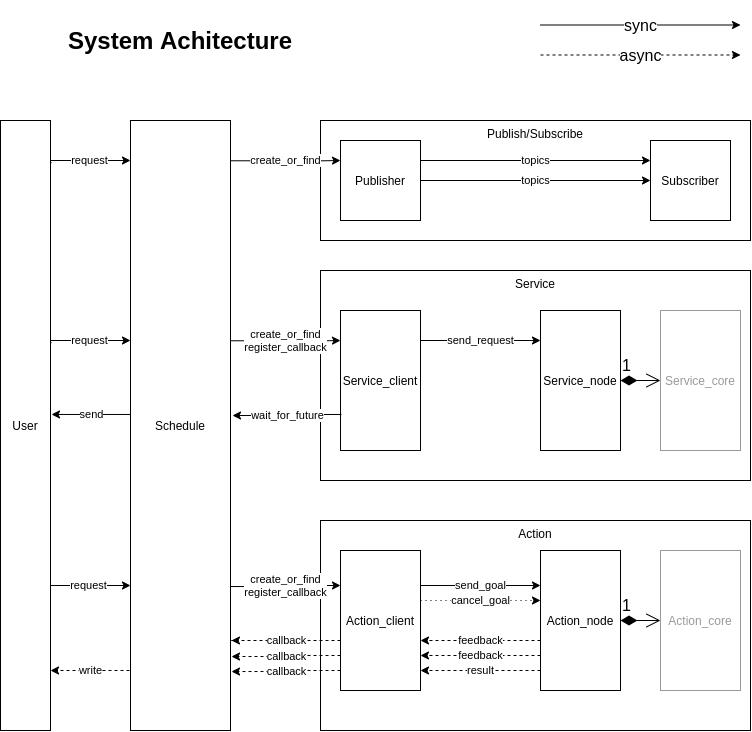
Earlier version of the draw.io export docs/architecture.png (Wkkkkk/hello_ros2). Source tidied: cells renumbered, new cells last; positions are measured from the earlier drawing's top-left corner, leaving out a move shared by most shapes. The source it was exported from:
```xml
<mxGraphModel>
  <root>
    <mxCell id="0" />
    <mxCell id="1" parent="0" />
    <mxCell id="2" value="User" style="rounded=0;whiteSpace=wrap;html=1;" parent="1" vertex="1">
      <mxGeometry y="120" width="50" height="610" as="geometry" />
    </mxCell>
    <mxCell id="3" value="Schedule" style="rounded=0;whiteSpace=wrap;html=1;" parent="1" vertex="1">
      <mxGeometry x="130" y="120" width="100" height="610" as="geometry" />
    </mxCell>
    <mxCell id="4" style="group;" parent="1" vertex="1">
      <mxGeometry x="50" y="520" width="700" height="210" as="geometry" />
    </mxCell>
    <mxCell id="5" value="Action" style="rounded=0;whiteSpace=wrap;html=1;align=center;verticalAlign=top;" parent="4" vertex="1">
      <mxGeometry x="270" width="430" height="210" as="geometry" />
    </mxCell>
    <mxCell id="6" value="request" style="edgeStyle=orthogonalEdgeStyle;rounded=0;orthogonalLoop=1;jettySize=auto;html=1;" parent="4" edge="1">
      <mxGeometry relative="1" as="geometry">
        <mxPoint y="65" as="sourcePoint" />
        <mxPoint x="80" y="65" as="targetPoint" />
        <Array as="points">
          <mxPoint y="67" />
          <mxPoint y="65" />
        </Array>
      </mxGeometry>
    </mxCell>
    <mxCell id="7" value="Action_client" style="rounded=0;whiteSpace=wrap;html=1;" parent="4" vertex="1">
      <mxGeometry x="290" y="30" width="80" height="140" as="geometry" />
    </mxCell>
    <mxCell id="8" value="feedback" style="edgeStyle=orthogonalEdgeStyle;rounded=0;orthogonalLoop=1;jettySize=auto;html=1;exitX=0;exitY=0.75;exitDx=0;exitDy=0;entryX=1;entryY=0.75;entryDx=0;entryDy=0;dashed=1;" parent="4" edge="1">
      <mxGeometry relative="1" as="geometry">
        <mxPoint x="490" y="120" as="sourcePoint" />
        <mxPoint x="370" y="120" as="targetPoint" />
      </mxGeometry>
    </mxCell>
    <mxCell id="9" value="Action_node" style="rounded=0;whiteSpace=wrap;html=1;" parent="4" vertex="1">
      <mxGeometry x="490" y="30" width="80" height="140" as="geometry" />
    </mxCell>
    <mxCell id="10" value="send_goal" style="edgeStyle=orthogonalEdgeStyle;rounded=0;jettySize=auto;html=1;exitX=1;exitY=0.25;exitDx=0;exitDy=0;entryX=0;entryY=0.25;entryDx=0;entryDy=0;" parent="4" edge="1" source="7" target="9">
      <mxGeometry relative="1" as="geometry" />
    </mxCell>
    <mxCell id="11" value="Action_core" style="rounded=0;whiteSpace=wrap;html=1;textOpacity=40;opacity=40;" parent="4" vertex="1">
      <mxGeometry x="610" y="30" width="80" height="140" as="geometry" />
    </mxCell>
    <mxCell id="12" value="write" style="edgeStyle=orthogonalEdgeStyle;rounded=0;orthogonalLoop=1;jettySize=auto;html=1;exitX=-0.02;exitY=0.221;exitDx=0;exitDy=0;entryX=0.98;entryY=0.221;entryDx=0;entryDy=0;entryPerimeter=0;exitPerimeter=0;dashed=1;" parent="4" edge="1">
      <mxGeometry relative="1" as="geometry">
        <mxPoint x="79" y="150" as="sourcePoint" />
        <mxPoint y="150" as="targetPoint" />
      </mxGeometry>
    </mxCell>
    <mxCell id="13" value="feedback" style="edgeStyle=orthogonalEdgeStyle;rounded=0;orthogonalLoop=1;jettySize=auto;html=1;exitX=0;exitY=0.75;exitDx=0;exitDy=0;entryX=1;entryY=0.75;entryDx=0;entryDy=0;dashed=1;" parent="4" edge="1">
      <mxGeometry relative="1" as="geometry">
        <mxPoint x="490" y="135" as="sourcePoint" />
        <mxPoint x="370" y="135" as="targetPoint" />
      </mxGeometry>
    </mxCell>
    <mxCell id="14" value="callback" style="edgeStyle=orthogonalEdgeStyle;rounded=0;orthogonalLoop=1;jettySize=auto;html=1;exitX=0;exitY=0.75;exitDx=0;exitDy=0;entryX=1.01;entryY=0.223;entryDx=0;entryDy=0;entryPerimeter=0;dashed=1;" parent="4" edge="1">
      <mxGeometry relative="1" as="geometry">
        <mxPoint x="290" y="135" as="sourcePoint" />
        <mxPoint x="181" y="136" as="targetPoint" />
        <Array as="points">
          <mxPoint x="236" y="135" />
          <mxPoint x="236" y="136" />
        </Array>
      </mxGeometry>
    </mxCell>
    <mxCell id="15" style="group;" parent="4" vertex="1">
      <mxGeometry y="-400" width="700" height="120" as="geometry" />
    </mxCell>
    <mxCell id="16" value="Publish/Subscribe" style="rounded=0;whiteSpace=wrap;html=1;align=center;verticalAlign=top;" parent="15" vertex="1">
      <mxGeometry x="270" width="430" height="120" as="geometry" />
    </mxCell>
    <mxCell id="17" value="request" style="edgeStyle=orthogonalEdgeStyle;rounded=0;orthogonalLoop=1;jettySize=auto;html=1;exitX=1.02;exitY=0.11;exitDx=0;exitDy=0;exitPerimeter=0;" parent="15" edge="1">
      <mxGeometry relative="1" as="geometry">
        <mxPoint x="1" y="42.1" as="sourcePoint" />
        <mxPoint x="80" y="40" as="targetPoint" />
        <Array as="points">
          <mxPoint y="42" />
          <mxPoint y="40" />
        </Array>
      </mxGeometry>
    </mxCell>
    <mxCell id="18" value="create_or_find" style="edgeStyle=orthogonalEdgeStyle;rounded=0;orthogonalLoop=1;jettySize=auto;html=1;exitX=1;exitY=0.107;exitDx=0;exitDy=0;entryX=0;entryY=0.25;entryDx=0;entryDy=0;exitPerimeter=0;" parent="15" edge="1">
      <mxGeometry relative="1" as="geometry">
        <mxPoint x="180" y="40.3" as="sourcePoint" />
        <mxPoint x="290" y="40" as="targetPoint" />
        <Array as="points">
          <mxPoint x="270" y="40" />
          <mxPoint x="270" y="40" />
        </Array>
      </mxGeometry>
    </mxCell>
    <mxCell id="19" value="Publisher" style="rounded=0;whiteSpace=wrap;html=1;" parent="15" vertex="1">
      <mxGeometry x="290" y="20" width="80" height="80" as="geometry" />
    </mxCell>
    <mxCell id="20" value="Subscriber" style="rounded=0;whiteSpace=wrap;html=1;" parent="15" vertex="1">
      <mxGeometry x="600" y="20" width="80" height="80" as="geometry" />
    </mxCell>
    <mxCell id="21" value="topics" style="edgeStyle=orthogonalEdgeStyle;rounded=0;jettySize=auto;html=1;exitX=1;exitY=0.25;exitDx=0;exitDy=0;entryX=0;entryY=0.25;entryDx=0;entryDy=0;" parent="15" edge="1" source="19" target="20">
      <mxGeometry relative="1" as="geometry" />
    </mxCell>
    <mxCell id="22" value="topics" style="edgeStyle=orthogonalEdgeStyle;rounded=0;jettySize=auto;html=1;exitX=1;exitY=0.5;exitDx=0;exitDy=0;entryX=0;entryY=0.5;entryDx=0;entryDy=0;" parent="15" edge="1" source="19" target="20">
      <mxGeometry relative="1" as="geometry" />
    </mxCell>
    <mxCell id="23" value="callback" style="edgeStyle=orthogonalEdgeStyle;rounded=0;orthogonalLoop=1;jettySize=auto;html=1;exitX=0;exitY=0.75;exitDx=0;exitDy=0;entryX=1.01;entryY=0.223;entryDx=0;entryDy=0;entryPerimeter=0;dashed=1;" parent="4" edge="1">
      <mxGeometry relative="1" as="geometry">
        <mxPoint x="290" y="150" as="sourcePoint" />
        <mxPoint x="181" y="151" as="targetPoint" />
        <Array as="points">
          <mxPoint x="236" y="150" />
          <mxPoint x="236" y="151" />
        </Array>
      </mxGeometry>
    </mxCell>
    <mxCell id="24" value="result" style="edgeStyle=orthogonalEdgeStyle;rounded=0;orthogonalLoop=1;jettySize=auto;html=1;exitX=0;exitY=0.75;exitDx=0;exitDy=0;entryX=1;entryY=0.75;entryDx=0;entryDy=0;dashed=1;" parent="4" edge="1">
      <mxGeometry relative="1" as="geometry">
        <mxPoint x="490" y="150" as="sourcePoint" />
        <mxPoint x="370" y="150" as="targetPoint" />
      </mxGeometry>
    </mxCell>
    <mxCell id="25" value="cancel_goal" style="edgeStyle=orthogonalEdgeStyle;rounded=0;orthogonalLoop=1;jettySize=auto;html=1;exitX=1;exitY=0.25;exitDx=0;exitDy=0;entryX=0;entryY=0.25;entryDx=0;entryDy=0;dashed=1;dashPattern=1 4;" parent="4" edge="1">
      <mxGeometry relative="1" as="geometry">
        <mxPoint x="370" y="80" as="sourcePoint" />
        <mxPoint x="490" y="80" as="targetPoint" />
      </mxGeometry>
    </mxCell>
    <mxCell id="26" value="1" style="endArrow=open;html=1;endSize=12;startArrow=diamondThin;startSize=14;startFill=1;edgeStyle=orthogonalEdgeStyle;align=left;verticalAlign=bottom;strokeColor=#000000;fontSize=16;exitX=1;exitY=0.5;exitDx=0;exitDy=0;entryX=0;entryY=0.5;entryDx=0;entryDy=0;" parent="4" edge="1" source="9" target="11">
      <mxGeometry x="-1" y="3" relative="1" as="geometry" />
    </mxCell>
    <mxCell id="27" value="create_or_find&lt;br&gt;register_callback" style="edgeStyle=orthogonalEdgeStyle;rounded=0;jettySize=auto;html=1;exitX=1;exitY=0.764;exitDx=0;exitDy=0;entryX=0;entryY=0.25;entryDx=0;entryDy=0;exitPerimeter=0;" parent="1" edge="1" source="3" target="7">
      <mxGeometry relative="1" as="geometry" />
    </mxCell>
    <mxCell id="28" value="callback" style="edgeStyle=orthogonalEdgeStyle;rounded=0;orthogonalLoop=1;jettySize=auto;html=1;exitX=0;exitY=0.75;exitDx=0;exitDy=0;dashed=1;" parent="1" edge="1">
      <mxGeometry relative="1" as="geometry">
        <mxPoint x="340" y="640" as="sourcePoint" />
        <mxPoint x="231" y="640" as="targetPoint" />
        <Array as="points">
          <mxPoint x="231" y="640" />
        </Array>
      </mxGeometry>
    </mxCell>
    <mxCell id="29" style="group;" parent="1" vertex="1">
      <mxGeometry x="50" y="270" width="700" height="210" as="geometry" />
    </mxCell>
    <mxCell id="30" value="Service" style="rounded=0;whiteSpace=wrap;html=1;align=center;verticalAlign=top;" parent="29" vertex="1">
      <mxGeometry x="270" width="430" height="210" as="geometry" />
    </mxCell>
    <mxCell id="31" value="Service_client" style="rounded=0;whiteSpace=wrap;html=1;" parent="29" vertex="1">
      <mxGeometry x="290" y="40" width="80" height="140" as="geometry" />
    </mxCell>
    <mxCell id="32" value="Service_node" style="rounded=0;whiteSpace=wrap;html=1;" parent="29" vertex="1">
      <mxGeometry x="490" y="40" width="80" height="140" as="geometry" />
    </mxCell>
    <mxCell id="33" value="Service_core" style="rounded=0;whiteSpace=wrap;html=1;opacity=40;textOpacity=40;" parent="29" vertex="1">
      <mxGeometry x="610" y="40" width="80" height="140" as="geometry" />
    </mxCell>
    <mxCell id="34" value="request" style="edgeStyle=orthogonalEdgeStyle;rounded=0;orthogonalLoop=1;jettySize=auto;html=1;exitX=1.02;exitY=0.11;exitDx=0;exitDy=0;exitPerimeter=0;" parent="29" edge="1">
      <mxGeometry relative="1" as="geometry">
        <mxPoint x="1" y="72.1" as="sourcePoint" />
        <mxPoint x="80" y="70" as="targetPoint" />
        <Array as="points">
          <mxPoint y="72" />
          <mxPoint y="70" />
        </Array>
      </mxGeometry>
    </mxCell>
    <mxCell id="35" value="create_or_find&lt;br&gt;register_callback" style="edgeStyle=orthogonalEdgeStyle;rounded=0;orthogonalLoop=1;jettySize=auto;html=1;exitX=1;exitY=0.107;exitDx=0;exitDy=0;entryX=0;entryY=0.25;entryDx=0;entryDy=0;exitPerimeter=0;" parent="29" edge="1">
      <mxGeometry relative="1" as="geometry">
        <mxPoint x="180" y="70.3" as="sourcePoint" />
        <mxPoint x="290" y="70" as="targetPoint" />
        <Array as="points">
          <mxPoint x="270" y="70" />
          <mxPoint x="270" y="70" />
        </Array>
      </mxGeometry>
    </mxCell>
    <mxCell id="36" value="send_request" style="edgeStyle=orthogonalEdgeStyle;rounded=0;orthogonalLoop=1;jettySize=auto;html=1;exitX=1;exitY=0.25;exitDx=0;exitDy=0;entryX=0;entryY=0.25;entryDx=0;entryDy=0;" parent="29" edge="1">
      <mxGeometry relative="1" as="geometry">
        <mxPoint x="370" y="70" as="sourcePoint" />
        <mxPoint x="490" y="70" as="targetPoint" />
      </mxGeometry>
    </mxCell>
    <mxCell id="37" value="send" style="edgeStyle=orthogonalEdgeStyle;rounded=0;orthogonalLoop=1;jettySize=auto;html=1;exitX=-0.02;exitY=0.221;exitDx=0;exitDy=0;entryX=0.98;entryY=0.221;entryDx=0;entryDy=0;entryPerimeter=0;exitPerimeter=0;" parent="29" edge="1">
      <mxGeometry relative="1" as="geometry">
        <mxPoint x="80" y="144" as="sourcePoint" />
        <mxPoint x="1" y="144" as="targetPoint" />
      </mxGeometry>
    </mxCell>
    <mxCell id="38" value="wait_for_future" style="edgeStyle=orthogonalEdgeStyle;rounded=0;orthogonalLoop=1;jettySize=auto;html=1;exitX=0;exitY=0.75;exitDx=0;exitDy=0;entryX=1.01;entryY=0.223;entryDx=0;entryDy=0;entryPerimeter=0;" parent="29" edge="1">
      <mxGeometry relative="1" as="geometry">
        <mxPoint x="291" y="144" as="sourcePoint" />
        <mxPoint x="182" y="145" as="targetPoint" />
        <Array as="points">
          <mxPoint x="237" y="144" />
          <mxPoint x="237" y="145" />
        </Array>
      </mxGeometry>
    </mxCell>
    <mxCell id="39" value="1" style="endArrow=open;html=1;endSize=12;startArrow=diamondThin;startSize=14;startFill=1;edgeStyle=orthogonalEdgeStyle;align=left;verticalAlign=bottom;strokeColor=#000000;fontSize=16;exitX=1;exitY=0.5;exitDx=0;exitDy=0;entryX=0;entryY=0.5;entryDx=0;entryDy=0;" parent="29" edge="1" source="32" target="33">
      <mxGeometry x="-1" y="3" relative="1" as="geometry" />
    </mxCell>
    <mxCell id="40" value="System Achitecture" style="text;html=1;strokeColor=none;fillColor=none;align=center;verticalAlign=middle;whiteSpace=wrap;rounded=0;fontSize=24;fontStyle=1;" parent="1" vertex="1">
      <mxGeometry x="45" width="270" height="80" as="geometry" />
    </mxCell>
    <mxCell id="41" value="sync" style="endArrow=classic;html=1;strokeColor=#000000;fontSize=16;" parent="1" edge="1">
      <mxGeometry relative="1" as="geometry">
        <mxPoint x="540" y="24.5" as="sourcePoint" />
        <mxPoint x="740" y="24.5" as="targetPoint" />
      </mxGeometry>
    </mxCell>
    <mxCell id="42" value="async" style="endArrow=classic;html=1;strokeColor=#000000;fontSize=16;dashed=1;" parent="1" edge="1">
      <mxGeometry relative="1" as="geometry">
        <mxPoint x="540" y="54.5" as="sourcePoint" />
        <mxPoint x="740" y="54.5" as="targetPoint" />
      </mxGeometry>
    </mxCell>
  </root>
</mxGraphModel>
```
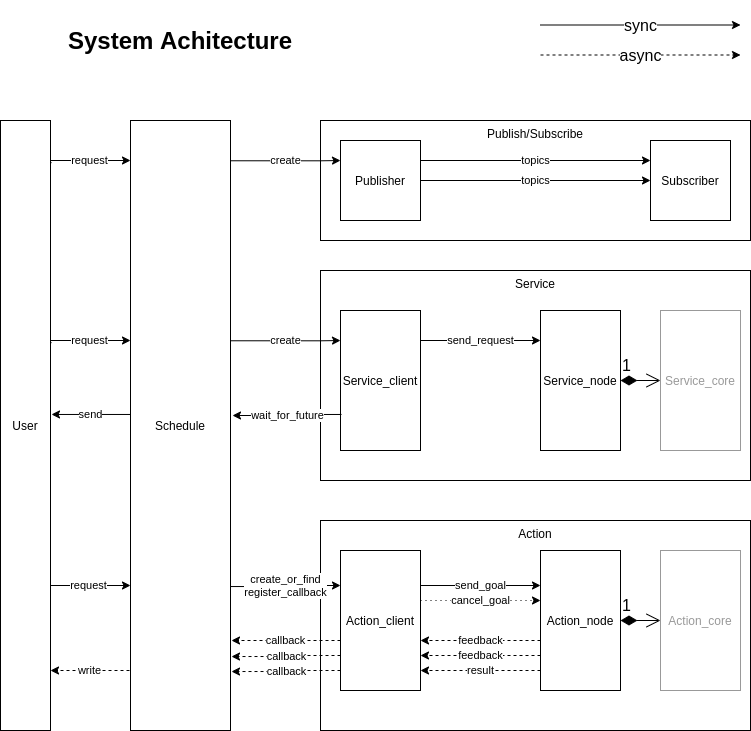
After the commit.

The edit, as a diff of the source:
```diff
@@ -80,7 +80,7 @@
         </Array>
       </mxGeometry>
     </mxCell>
-    <mxCell id="18" value="create_or_find" style="edgeStyle=orthogonalEdgeStyle;rounded=0;orthogonalLoop=1;jettySize=auto;html=1;exitX=1;exitY=0.107;exitDx=0;exitDy=0;entryX=0;entryY=0.25;entryDx=0;entryDy=0;exitPerimeter=0;" parent="15" edge="1">
+    <mxCell id="18" value="create" style="edgeStyle=orthogonalEdgeStyle;rounded=0;orthogonalLoop=1;jettySize=auto;html=1;exitX=1;exitY=0.107;exitDx=0;exitDy=0;entryX=0;entryY=0.25;entryDx=0;entryDy=0;exitPerimeter=0;" parent="15" edge="1">
       <mxGeometry relative="1" as="geometry">
         <mxPoint x="180" y="40.3" as="sourcePoint" />
         <mxPoint x="290" y="40" as="targetPoint" />
@@ -164,7 +164,7 @@
         </Array>
       </mxGeometry>
     </mxCell>
-    <mxCell id="35" value="create_or_find&lt;br&gt;register_callback" style="edgeStyle=orthogonalEdgeStyle;rounded=0;orthogonalLoop=1;jettySize=auto;html=1;exitX=1;exitY=0.107;exitDx=0;exitDy=0;entryX=0;entryY=0.25;entryDx=0;entryDy=0;exitPerimeter=0;" parent="29" edge="1">
+    <mxCell id="35" value="create" style="edgeStyle=orthogonalEdgeStyle;rounded=0;orthogonalLoop=1;jettySize=auto;html=1;exitX=1;exitY=0.107;exitDx=0;exitDy=0;entryX=0;entryY=0.25;entryDx=0;entryDy=0;exitPerimeter=0;" parent="29" edge="1">
       <mxGeometry relative="1" as="geometry">
         <mxPoint x="180" y="70.3" as="sourcePoint" />
         <mxPoint x="290" y="70" as="targetPoint" />
```
